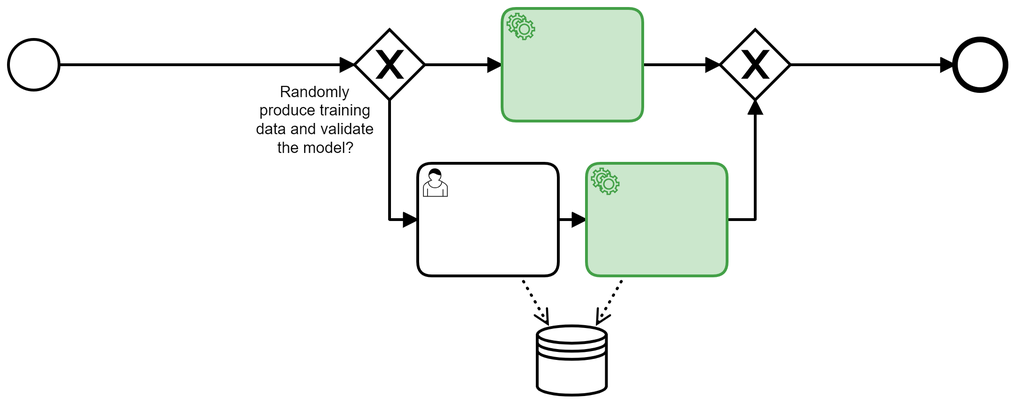
Earlier version of the BPMN export models/drift-detection.png (viadee/bpmn.ai-patterns). Its source is kept beside it as models/drift-detection.bpmn. Ids are renumbered.
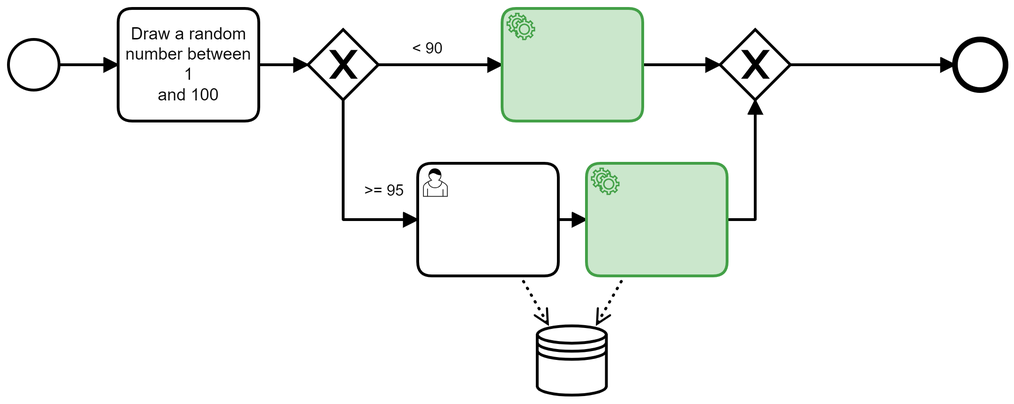
The same diagram one commit later.

Change to the diagram source:
```diff
@@ -6,8 +6,8 @@
     <bpmn:endEvent id="Event_n5">
       <bpmn:incoming>Flow_n6</bpmn:incoming>
     </bpmn:endEvent>
-    <bpmn:exclusiveGateway id="Gateway_n7" name="Randomly produce training data and validate the model?">
-      <bpmn:incoming>Flow_n4</bpmn:incoming>
+    <bpmn:exclusiveGateway id="Gateway_n7">
+      <bpmn:incoming>Flow_n20</bpmn:incoming>
       <bpmn:outgoing>Flow_n8</bpmn:outgoing>
       <bpmn:outgoing>Flow_n9</bpmn:outgoing>
     </bpmn:exclusiveGateway>
@@ -35,13 +35,18 @@
       </bpmn:dataOutputAssociation>
     </bpmn:serviceTask>
     <bpmn:dataStoreReference id="DataStoreReference_n16" />
-    <bpmn:sequenceFlow id="Flow_n4" sourceRef="Event_n3" targetRef="Gateway_n7" />
+    <bpmn:sequenceFlow id="Flow_n4" sourceRef="Event_n3" targetRef="Activity_n21" />
     <bpmn:sequenceFlow id="Flow_n6" sourceRef="Gateway_n10" targetRef="Event_n5" />
-    <bpmn:sequenceFlow id="Flow_n8" sourceRef="Gateway_n7" targetRef="Activity_n17" />
-    <bpmn:sequenceFlow id="Flow_n9" sourceRef="Gateway_n7" targetRef="Activity_n13" />
+    <bpmn:sequenceFlow id="Flow_n8" name="&#60; 90" sourceRef="Gateway_n7" targetRef="Activity_n17" />
+    <bpmn:sequenceFlow id="Flow_n9" name="&#62;= 95" sourceRef="Gateway_n7" targetRef="Activity_n13" />
     <bpmn:sequenceFlow id="Flow_n11" sourceRef="Activity_n17" targetRef="Gateway_n10" />
     <bpmn:sequenceFlow id="Flow_n12" sourceRef="Activity_n18" targetRef="Gateway_n10" />
     <bpmn:sequenceFlow id="Flow_n14" sourceRef="Activity_n13" targetRef="Activity_n18" />
+    <bpmn:task id="Activity_n21" name="Draw a random number between 1&#10;and 100">
+      <bpmn:incoming>Flow_n4</bpmn:incoming>
+      <bpmn:outgoing>Flow_n20</bpmn:outgoing>
+    </bpmn:task>
+    <bpmn:sequenceFlow id="Flow_n20" sourceRef="Activity_n21" targetRef="Gateway_n7" />
   </bpmn:process>
   <bpmndi:BPMNDiagram id="BPMNDiagram_1">
     <bpmndi:BPMNPlane id="BPMNPlane_1" bpmnElement="Process_n2">
@@ -59,13 +64,19 @@
         <di:waypoint x="678" y="120" />
       </bpmndi:BPMNEdge>
       <bpmndi:BPMNEdge id="Flow_n9_di" bpmnElement="Flow_n9">
-        <di:waypoint x="443" y="145" />
-        <di:waypoint x="443" y="230" />
+        <di:waypoint x="410" y="145" />
+        <di:waypoint x="410" y="230" />
         <di:waypoint x="463" y="230" />
+        <bpmndi:BPMNLabel>
+          <dc:Bounds x="425" y="203" width="29" height="14" />
+        </bpmndi:BPMNLabel>
       </bpmndi:BPMNEdge>
       <bpmndi:BPMNEdge id="Flow_n8_di" bpmnElement="Flow_n8">
-        <di:waypoint x="468" y="120" />
+        <di:waypoint x="435" y="120" />
         <di:waypoint x="523" y="120" />
+        <bpmndi:BPMNLabel>
+          <dc:Bounds x="459" y="102" width="22" height="14" />
+        </bpmndi:BPMNLabel>
       </bpmndi:BPMNEdge>
       <bpmndi:BPMNEdge id="Flow_n6_di" bpmnElement="Flow_n6">
         <di:waypoint x="728" y="120" />
@@ -73,19 +84,17 @@
       </bpmndi:BPMNEdge>
       <bpmndi:BPMNEdge id="Flow_n4_di" bpmnElement="Flow_n4">
         <di:waypoint x="208" y="120" />
-        <di:waypoint x="418" y="120" />
+        <di:waypoint x="250" y="120" />
+      </bpmndi:BPMNEdge>
+      <bpmndi:BPMNEdge id="Flow_n20_di" bpmnElement="Flow_n20">
+        <di:waypoint x="350" y="120" />
+        <di:waypoint x="385" y="120" />
       </bpmndi:BPMNEdge>
       <bpmndi:BPMNShape id="Event_n3_di" bpmnElement="Event_n3">
         <dc:Bounds x="172" y="102" width="36" height="36" />
       </bpmndi:BPMNShape>
       <bpmndi:BPMNShape id="Event_n5_di" bpmnElement="Event_n5">
         <dc:Bounds x="845" y="102" width="36" height="36" />
-      </bpmndi:BPMNShape>
-      <bpmndi:BPMNShape id="Gateway_n7_di" bpmnElement="Gateway_n7" isMarkerVisible="true">
-        <dc:Bounds x="418" y="95" width="50" height="50" />
-        <bpmndi:BPMNLabel>
-          <dc:Bounds x="348" y="133" width="84" height="53" />
-        </bpmndi:BPMNLabel>
       </bpmndi:BPMNShape>
       <bpmndi:BPMNShape id="Gateway_n10_di" bpmnElement="Gateway_n10" isMarkerVisible="true">
         <dc:Bounds x="678" y="95" width="50" height="50" />
@@ -102,6 +111,15 @@
       <bpmndi:BPMNShape id="DataStoreReference_n16_di" bpmnElement="DataStoreReference_n16">
         <dc:Bounds x="548" y="305" width="50" height="50" />
       </bpmndi:BPMNShape>
+      <bpmndi:BPMNShape id="Gateway_n7_di" bpmnElement="Gateway_n7" isMarkerVisible="true">
+        <dc:Bounds x="385" y="95" width="50" height="50" />
+        <bpmndi:BPMNLabel>
+          <dc:Bounds x="308" y="173" width="84" height="53" />
+        </bpmndi:BPMNLabel>
+      </bpmndi:BPMNShape>
+      <bpmndi:BPMNShape id="Activity_n21_di" bpmnElement="Activity_n21">
+        <dc:Bounds x="250" y="80" width="100" height="80" />
+      </bpmndi:BPMNShape>
       <bpmndi:BPMNEdge id="DataOutputAssociation_n15_di" bpmnElement="DataOutputAssociation_n15">
         <di:waypoint x="536" y="270" />
         <di:waypoint x="556" y="305" />
```
